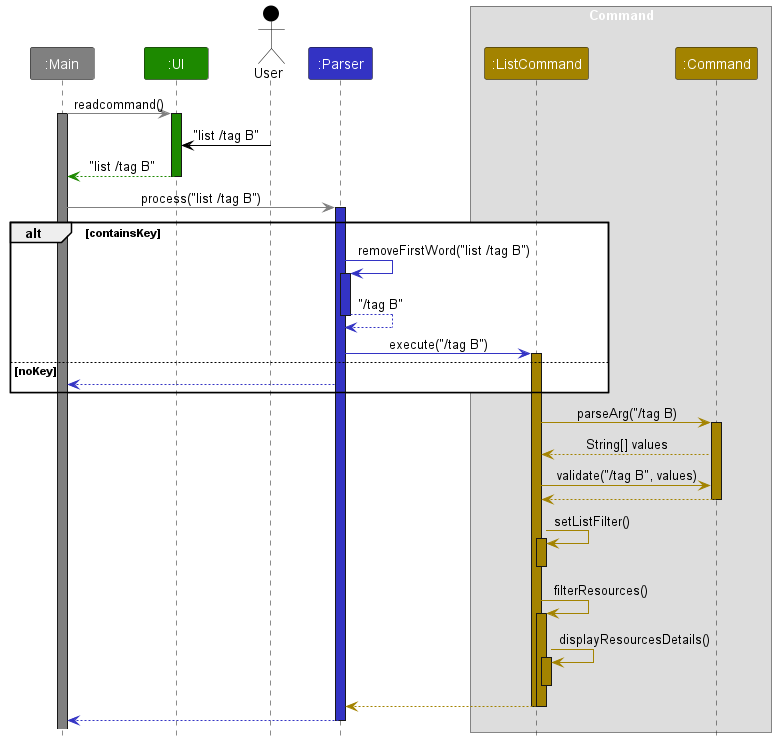
Before: docs/images/ListSequenceDiagram.png, a diagram exported from PlantUML (yingx9/tp).
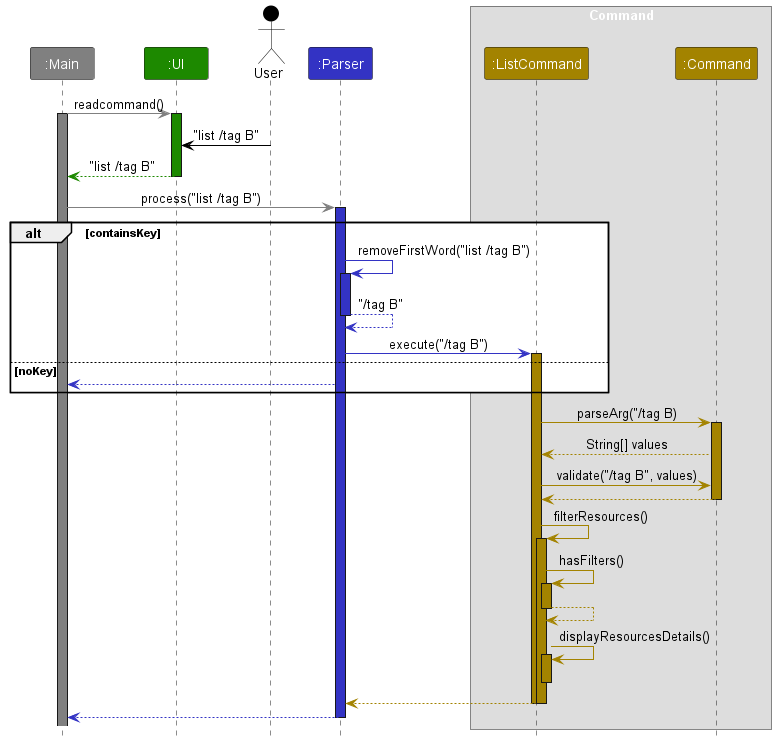
The same file after the commit.

Change to the diagram source:
```diff
@@ -51,12 +51,15 @@
 
 COMMAND --[COMMAND_COLOR]> LISTCOMMAND :
 deactivate COMMAND COMMAND_COLOR
-LISTCOMMAND -[COMMAND_COLOR]> LISTCOMMAND : setListFilter()
-activate LISTCOMMAND COMMAND_COLOR
-deactivate LISTCOMMAND COMMAND_COLOR
+
 
 LISTCOMMAND -[COMMAND_COLOR]> LISTCOMMAND : filterResources()
 activate LISTCOMMAND COMMAND_COLOR
+
+LISTCOMMAND -[COMMAND_COLOR]> LISTCOMMAND : hasFilters()
+activate LISTCOMMAND COMMAND_COLOR
+LISTCOMMAND --[COMMAND_COLOR]> LISTCOMMAND
+deactivate LISTCOMMAND COMMAND_COLOR
 
 LISTCOMMAND -[COMMAND_COLOR]> LISTCOMMAND : displayResourcesDetails()
 activate LISTCOMMAND COMMAND_COLOR
```
